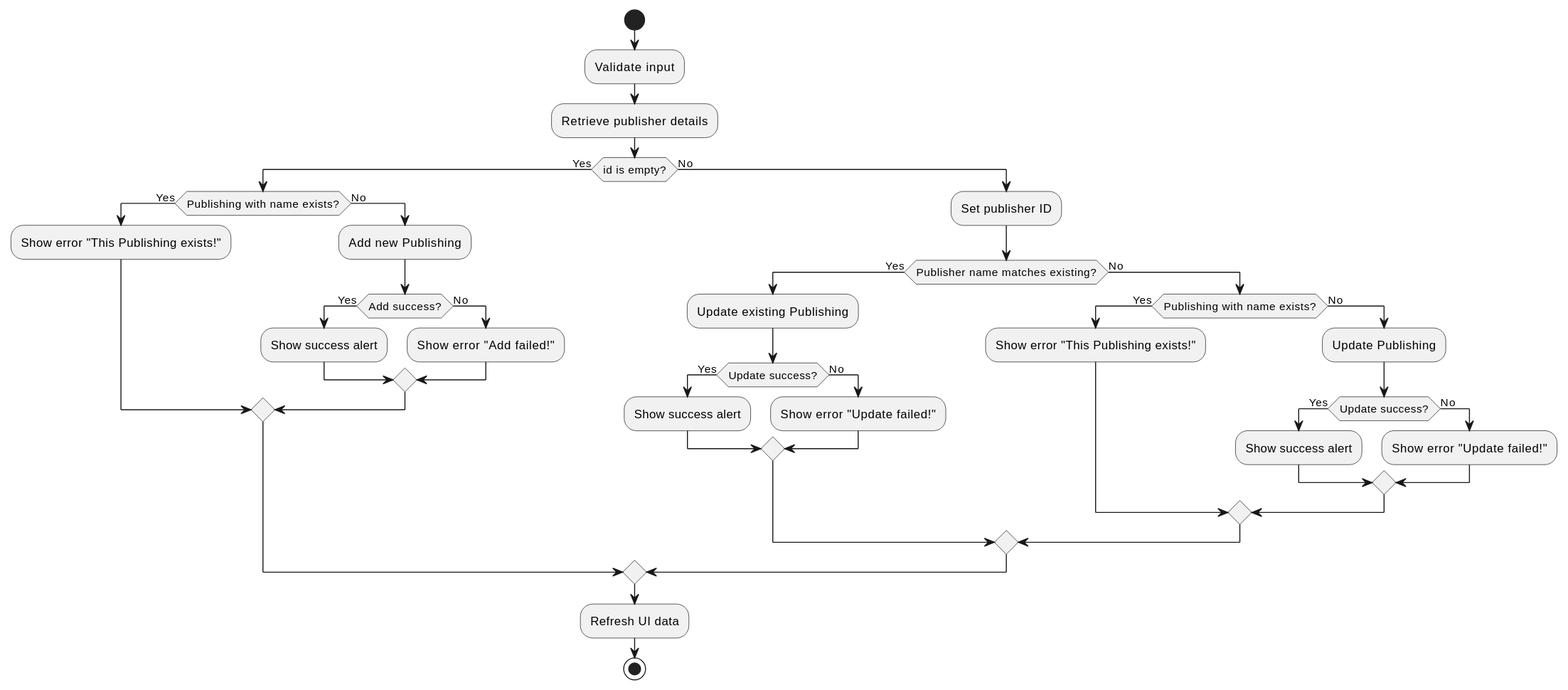
Above: docs/design/publisher/SavePublisher.svg in viettq1997/library-management-system (PlantUML), before the change. The source it was exported from:
```plantuml
@startuml
start
:Validate input;
:Retrieve publisher details;
if (id is empty?) then (Yes)
    if (Publishing with name exists?) then (Yes)
        :Show error "This Publishing exists!";
    else (No)
        :Add new Publishing;
        if (Add success?) then (Yes)
            :Show success alert;
        else (No)
            :Show error "Add failed!";
        endif
    endif
else (No)
    :Set publisher ID;
    if (Publisher name matches existing?) then (Yes)
        :Update existing Publishing;
        if (Update success?) then (Yes)
            :Show success alert;
        else (No)
            :Show error "Update failed!";
        endif
    else (No)
        if (Publishing with name exists?) then (Yes)
            :Show error "This Publishing exists!";
        else (No)
            :Update Publishing;
            if (Update success?) then (Yes)
                :Show success alert;
            else (No)
                :Show error "Update failed!";
            endif
        endif
    endif
endif
:Refresh UI data;
stop
@enduml
```
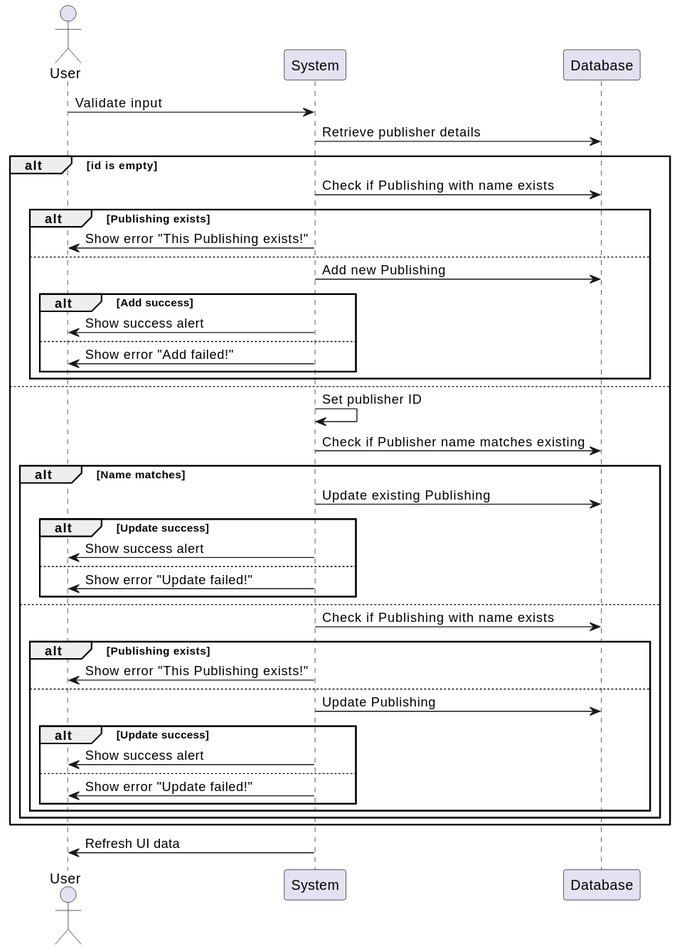
After the change.

Diff of the diagram source:
```diff
@@ -1,40 +1,47 @@
 @startuml
-start
-:Validate input;
-:Retrieve publisher details;
-if (id is empty?) then (Yes)
-    if (Publishing with name exists?) then (Yes)
-        :Show error "This Publishing exists!";
-    else (No)
-        :Add new Publishing;
-        if (Add success?) then (Yes)
-            :Show success alert;
-        else (No)
-            :Show error "Add failed!";
-        endif
-    endif
-else (No)
-    :Set publisher ID;
-    if (Publisher name matches existing?) then (Yes)
-        :Update existing Publishing;
-        if (Update success?) then (Yes)
-            :Show success alert;
-        else (No)
-            :Show error "Update failed!";
-        endif
-    else (No)
-        if (Publishing with name exists?) then (Yes)
-            :Show error "This Publishing exists!";
-        else (No)
-            :Update Publishing;
-            if (Update success?) then (Yes)
-                :Show success alert;
-            else (No)
-                :Show error "Update failed!";
-            endif
-        endif
-    endif
-endif
-:Refresh UI data;
-stop
+actor User
+participant "System" as System
+participant "Database" as DB
+
+User -> System: Validate input
+System -> DB: Retrieve publisher details
+
+alt id is empty
+  System -> DB: Check if Publishing with name exists
+  alt Publishing exists
+    System -> User: Show error "This Publishing exists!"
+  else
+    System -> DB: Add new Publishing
+    alt Add success
+      System -> User: Show success alert
+    else
+      System -> User: Show error "Add failed!"
+    end
+  end
+else
+  System -> System: Set publisher ID
+  System -> DB: Check if Publisher name matches existing
+  alt Name matches
+    System -> DB: Update existing Publishing
+    alt Update success
+      System -> User: Show success alert
+    else
+      System -> User: Show error "Update failed!"
+    end
+  else
+    System -> DB: Check if Publishing with name exists
+    alt Publishing exists
+      System -> User: Show error "This Publishing exists!"
+    else
+      System -> DB: Update Publishing
+      alt Update success
+        System -> User: Show success alert
+      else
+        System -> User: Show error "Update failed!"
+      end
+    end
+  end
+end
+
+System -> User: Refresh UI data
 @enduml
```
